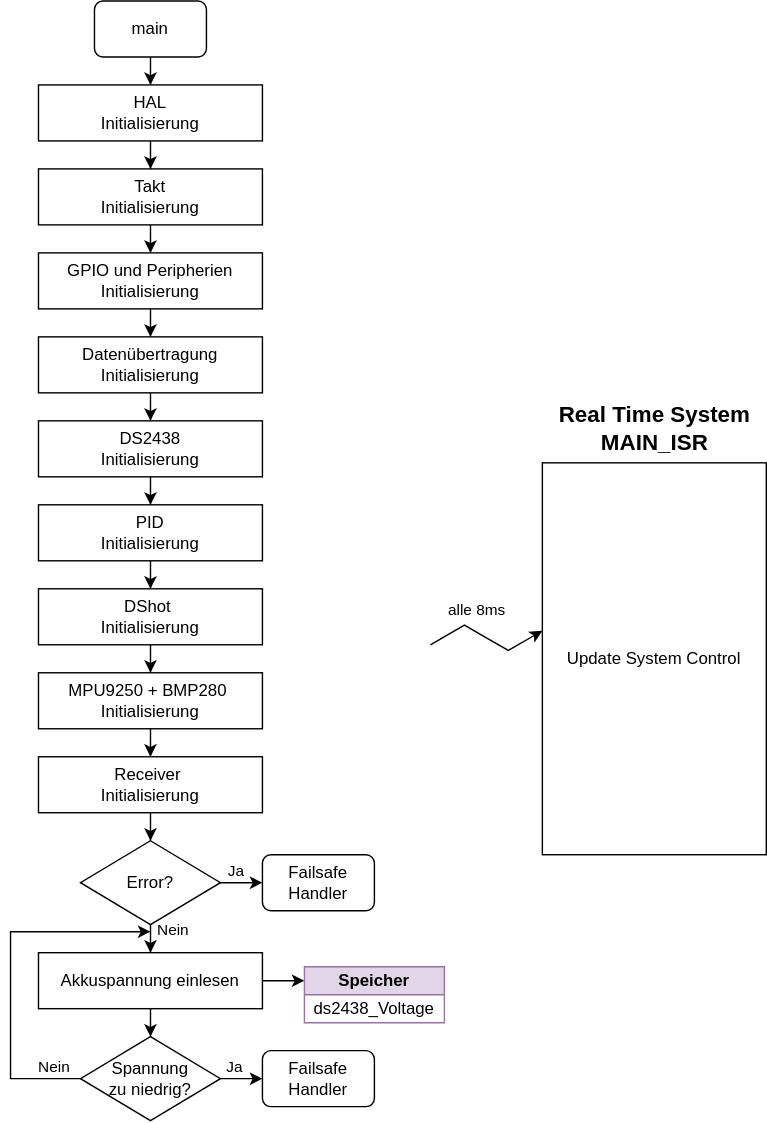
Before: Dokumentation/Bilder/Softwarearchitektur/Softwarearchitektur-main.drawio.svg, a diagram exported from draw.io (FrogMoment/FPV_Drohne_202324). Source tidied: cells renumbered, new cells last; positions are measured from the earlier drawing's top-left corner, leaving out a move shared by most shapes.
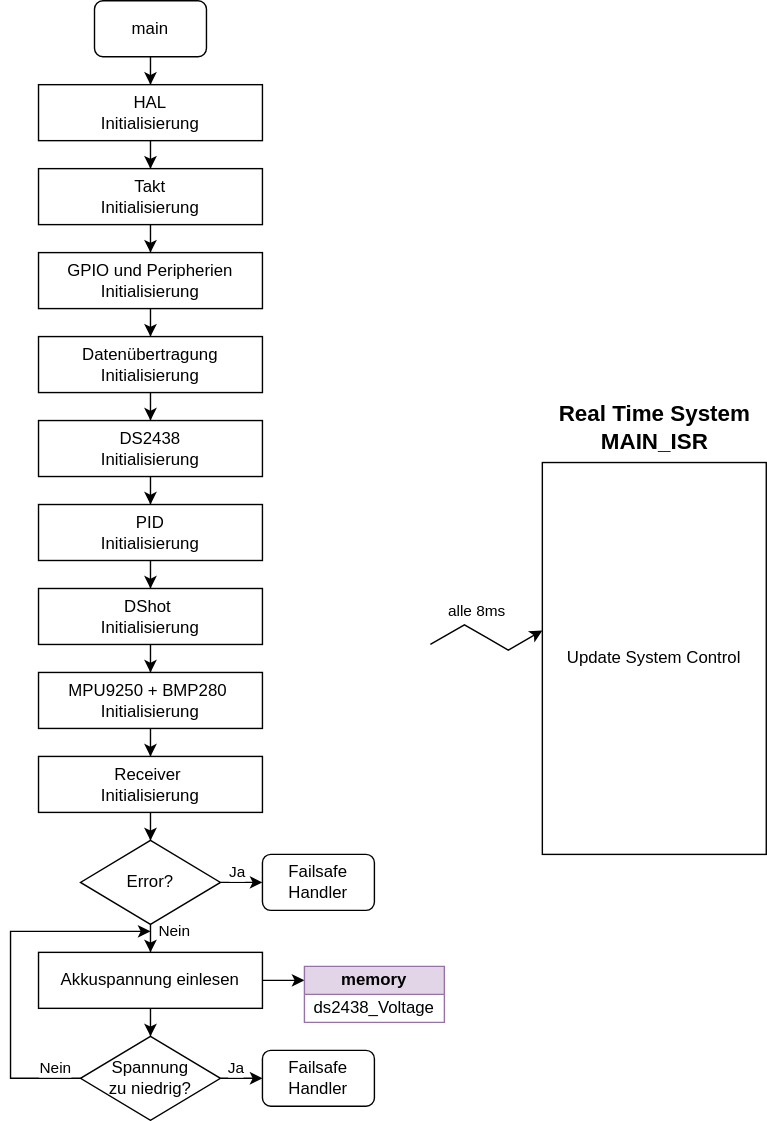
After the change.

Change to the diagram source:
```diff
@@ -138,7 +138,7 @@
     <mxCell id="40" value="&lt;div&gt;&lt;b&gt;&lt;font style=&quot;font-size: 16px;&quot;&gt;Real Time System&lt;/font&gt;&lt;/b&gt;&lt;/div&gt;&lt;b&gt;&lt;font style=&quot;font-size: 16px;&quot;&gt;MAIN_ISR&lt;/font&gt;&lt;/b&gt;" style="text;html=1;align=center;verticalAlign=middle;strokeColor=none;fillColor=none;" parent="1" vertex="1">
       <mxGeometry x="380" y="280" width="160" height="50" as="geometry" />
     </mxCell>
-    <mxCell id="41" value="&lt;b&gt;Speicher&lt;/b&gt;" style="swimlane;fontStyle=0;horizontal=1;startSize=20;whiteSpace=wrap;html=1;fillColor=#e1d5e7;strokeColor=#9673a6;" parent="1" vertex="1">
+    <mxCell id="41" value="&lt;b&gt;memory&lt;/b&gt;" style="swimlane;fontStyle=0;horizontal=1;startSize=20;whiteSpace=wrap;html=1;fillColor=#e1d5e7;strokeColor=#9673a6;" parent="1" vertex="1">
       <mxGeometry x="210" y="690" width="100" height="40" as="geometry" />
     </mxCell>
     <mxCell id="42" value="&lt;font style=&quot;font-size: 12px;&quot;&gt;ds2438_Voltage&lt;/font&gt;" style="text;strokeColor=none;fillColor=none;align=center;verticalAlign=middle;spacingLeft=4;spacingRight=4;overflow=hidden;whiteSpace=wrap;html=1;" parent="41" vertex="1">
```
